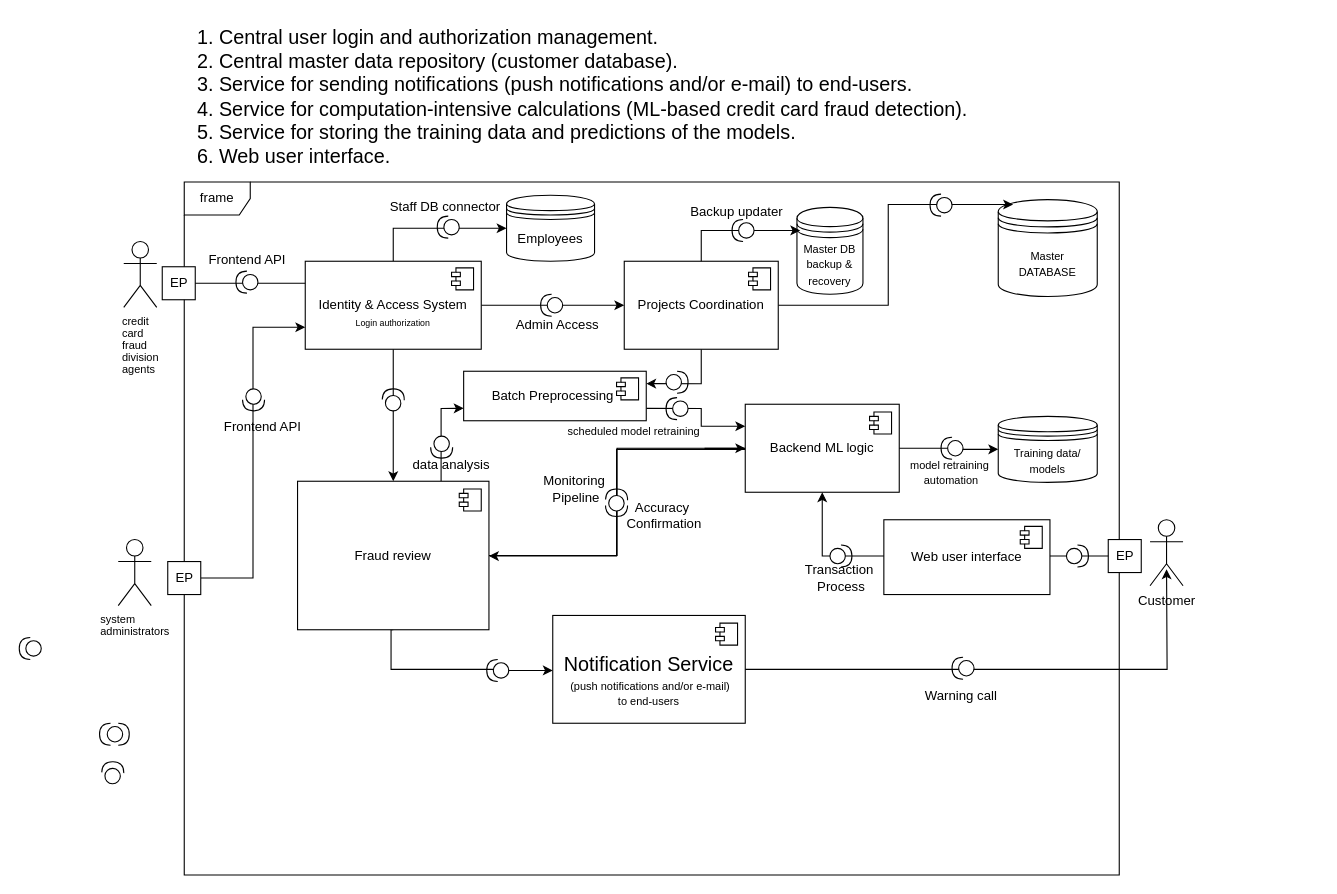
This is gifs/Untitled Diagram.drawio from midani-47/midani-47, a draw.io file, before an edit. Source tidied: cells renumbered, new cells numbered last; positions are measured from the earlier drawing's top-left corner, leaving out a move shared by most shapes. Both pictures are drawn from the tidied source at 110%, with x=0, y=0 at pixel (19, 19).
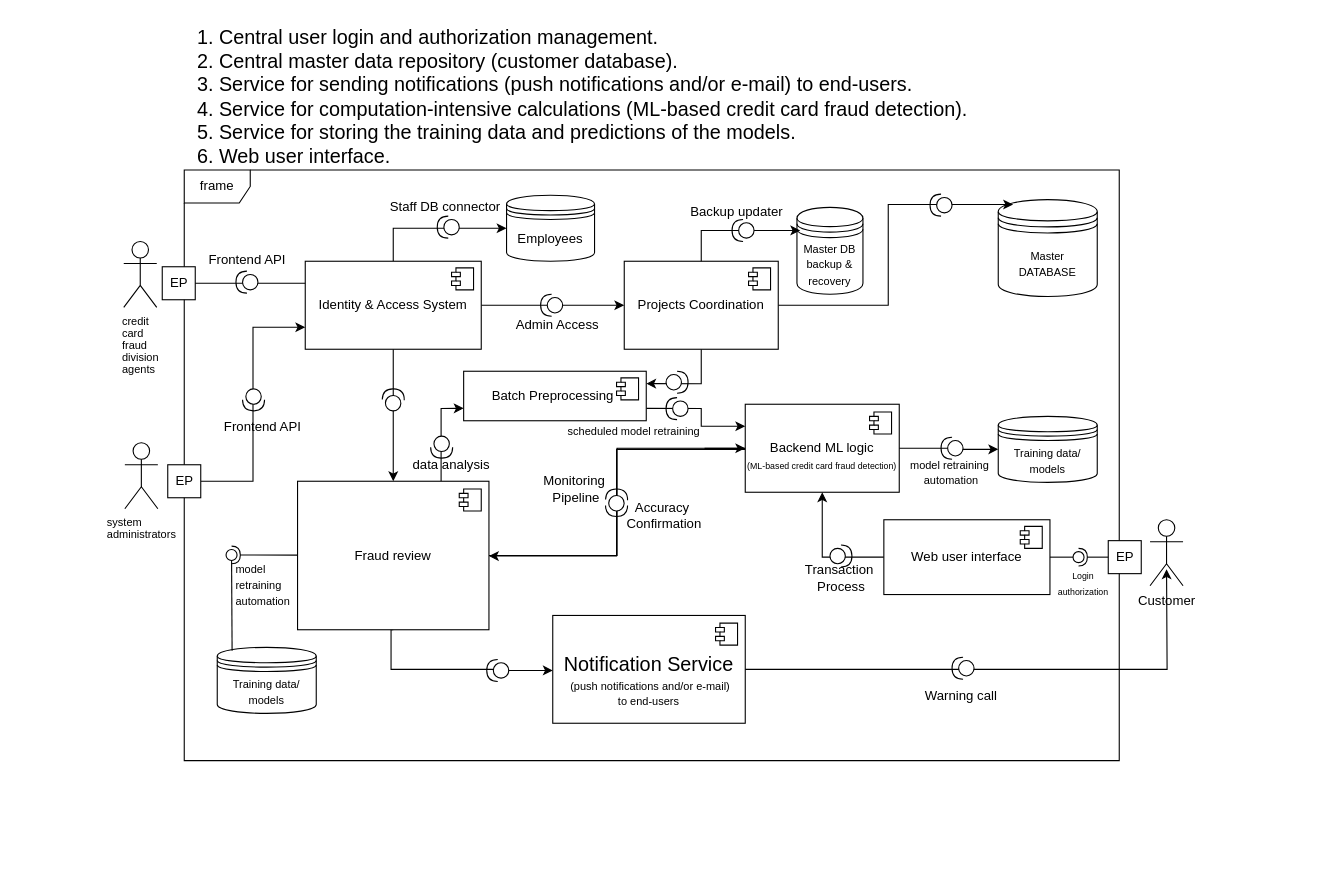
Above is the later version.

Unchanged cells that the change refers to:
```xml
<mxCell id="74" value="Web user interface" style="html=1;whiteSpace=wrap;" parent="1" vertex="1">
  <mxGeometry x="786" y="455" width="151" height="68" as="geometry" />
</mxCell>
```

What changed in the source:
```diff
@@
     <mxCell id="2" value="&lt;p style=&quot;margin: 0px; font-variant-numeric: normal; font-variant-east-asian: normal; font-variant-alternates: normal; font-size-adjust: none; font-kerning: auto; font-optical-sizing: auto; font-feature-settings: normal; font-variation-settings: normal; font-variant-position: normal; font-variant-emoji: normal; font-stretch: normal; font-size: 10px; line-height: normal; text-align: start; text-wrap-mode: wrap;&quot; class=&quot;p1&quot;&gt;&lt;font style=&quot;color: light-dark(rgb(0, 0, 0), rgb(255, 255, 255));&quot;&gt;system administrators&lt;/font&gt;&lt;/p&gt;" style="shape=umlActor;verticalLabelPosition=bottom;verticalAlign=top;html=1;" parent="1" vertex="1">
-      <mxGeometry x="90" y="473" width="30" height="60" as="geometry" />
+      <mxGeometry x="96" y="385" width="30" height="60" as="geometry" />
     </mxCell>
@@
     <mxCell id="4" value="frame" style="shape=umlFrame;whiteSpace=wrap;html=1;" parent="1" vertex="1">
-      <mxGeometry x="150" y="148" width="850" height="630" as="geometry" />
+      <mxGeometry x="150" y="137" width="850" height="537" as="geometry" />
     </mxCell>
@@
     <mxCell id="8" value="EP" style="html=1;rounded=0;" parent="1" vertex="1">
-      <mxGeometry x="135" y="493" width="30" height="30" as="geometry" />
+      <mxGeometry x="135" y="405" width="30" height="30" as="geometry" />
     </mxCell>
@@
-    <mxCell id="13" value="&lt;div&gt;&lt;font style=&quot;font-size: 12px;&quot;&gt;&lt;br&gt;&lt;/font&gt;&lt;/div&gt;&lt;font style=&quot;font-size: 12px;&quot;&gt;Identity &amp;amp; Access System&lt;/font&gt;&lt;div&gt;&lt;div&gt;&lt;font style=&quot;font-size: 8px;&quot;&gt;Login authorization&lt;/font&gt;&lt;/div&gt;&lt;/div&gt;" style="html=1;whiteSpace=wrap;" parent="1" vertex="1">
+    <mxCell id="13" value="&lt;div&gt;&lt;font style=&quot;font-size: 12px;&quot;&gt;&lt;br&gt;&lt;/font&gt;&lt;/div&gt;&lt;font style=&quot;font-size: 12px;&quot;&gt;Identity &amp;amp; Access System&lt;/font&gt;&lt;div&gt;&lt;br&gt;&lt;/div&gt;" style="html=1;whiteSpace=wrap;" parent="1" vertex="1">
       <mxGeometry x="260" y="220" width="160" height="80" as="geometry" />
     </mxCell>
@@
-    <mxCell id="25" value="Backend ML logic" style="html=1;whiteSpace=wrap;" parent="1" vertex="1">
+    <mxCell id="25" value="&lt;div&gt;&lt;br&gt;&lt;/div&gt;Backend ML logic&lt;div&gt;&lt;span style=&quot;text-align: left;&quot;&gt;&lt;font style=&quot;font-size: 8px;&quot;&gt;(ML-based credit card fraud detection)&lt;/font&gt;&lt;/span&gt;&lt;/div&gt;" style="html=1;whiteSpace=wrap;" parent="1" vertex="1">
       <mxGeometry x="660" y="350" width="140" height="80" as="geometry" />
     </mxCell>
@@
     <mxCell id="32" value="EP" style="html=1;rounded=0;" parent="1" vertex="1">
-      <mxGeometry x="990" y="473" width="30" height="30" as="geometry" />
+      <mxGeometry x="990" y="474" width="30" height="30" as="geometry" />
     </mxCell>
-    <mxCell id="33" style="shape=providedRequiredInterface;html=1;verticalLabelPosition=bottom;" parent="1" vertex="1">
-      <mxGeometry x="80" y="640" width="20" height="20" as="geometry" />
-    </mxCell>
-    <mxCell id="34" style="shape=requiredInterface;html=1;verticalLabelPosition=bottom;rotation=-180;" parent="1" vertex="1">
-      <mxGeometry x="73" y="640" width="10" height="20" as="geometry" />
-    </mxCell>
-    <mxCell id="35" style="edgeStyle=orthogonalEdgeStyle;rounded=0;jettySize=auto;html=1;entryX=0.5;entryY=1;entryDx=0;entryDy=0;" parent="1" edge="1" source="32" target="25">
-      <mxGeometry relative="1" as="geometry" />
-    </mxCell>
-    <mxCell id="36" value="Transaction&amp;nbsp;&lt;div&gt;Process&lt;/div&gt;" style="shape=providedRequiredInterface;html=1;verticalLabelPosition=bottom;" parent="1" vertex="1">
-      <mxGeometry x="737" y="478" width="20" height="20" as="geometry" />
-    </mxCell>
-    <mxCell id="37" style="shape=providedRequiredInterface;html=1;verticalLabelPosition=bottom;rotation=-180;" parent="1" vertex="1">
-      <mxGeometry y="562" width="20" height="20" as="geometry" />
-    </mxCell>
@@
-    <mxCell id="48" style="shape=providedRequiredInterface;html=1;verticalLabelPosition=bottom;rotation=-88;" parent="1" vertex="1">
-      <mxGeometry x="75" y="675" width="20" height="20" as="geometry" />
-    </mxCell>
@@
+    <mxCell id="77" style="edgeStyle=orthogonalEdgeStyle;rounded=0;jettySize=auto;html=1;" parent="1" edge="1" source="74" target="25">
+      <mxGeometry relative="1" as="geometry">
+        <Array as="points">
+          <mxPoint x="730" y="489" />
+        </Array>
+      </mxGeometry>
+    </mxCell>
@@
-    <mxCell id="76" style="shape=providedRequiredInterface;html=1;verticalLabelPosition=bottom;rotation=0;" parent="1" vertex="1">
-      <mxGeometry x="952" y="478" width="20" height="20" as="geometry" />
-    </mxCell>
+    <mxCell id="78" style="rounded=0;jettySize=auto;html=1;endArrow=halfCircle;endFill=0;endSize=6;strokeWidth=1;sketch=0;" parent="1" edge="1" source="32" target="80">
+      <mxGeometry relative="1" as="geometry" />
+    </mxCell>
+    <mxCell id="79" style="rounded=0;jettySize=auto;html=1;endArrow=oval;endFill=0;sketch=0;sourcePerimeterSpacing=0;targetPerimeterSpacing=0;endSize=10;exitX=1;exitY=0.5;exitDx=0;exitDy=0;" parent="1" edge="1" source="74" target="80">
+      <mxGeometry relative="1" as="geometry" />
+    </mxCell>
+    <mxCell id="80" style="ellipse;whiteSpace=wrap;html=1;align=center;fillColor=none;strokeColor=none;perimeter=centerPerimeter;points=[];outlineConnect=1;" parent="1" vertex="1">
+      <mxGeometry x="958" y="484" width="10" height="10" as="geometry" />
+    </mxCell>
+    <mxCell id="36" value="Transaction&amp;nbsp;&lt;div&gt;Process&lt;/div&gt;" style="shape=providedRequiredInterface;html=1;verticalLabelPosition=bottom;" parent="1" vertex="1">
+      <mxGeometry x="737" y="478" width="20" height="20" as="geometry" />
+    </mxCell>
+    <mxCell id="81" value="&lt;span style=&quot;font-size: 10px;&quot;&gt;Training data/ models&lt;/span&gt;" style="shape=datastore;whiteSpace=wrap;html=1;" parent="1" vertex="1">
+      <mxGeometry x="180" y="571" width="90" height="60" as="geometry" />
+    </mxCell>
+    <mxCell id="82" style="ellipse;whiteSpace=wrap;html=1;align=center;fillColor=none;strokeColor=none;perimeter=centerPerimeter;" parent="1" vertex="1">
+      <mxGeometry x="586" y="384" width="10" height="10" as="geometry" />
+    </mxCell>
+    <mxCell id="83" style="rounded=0;jettySize=auto;html=1;endArrow=halfCircle;endFill=0;endSize=6;strokeWidth=1;sketch=0;exitX=0;exitY=0.75;exitDx=0;exitDy=0;" parent="1" edge="1" target="85">
+      <mxGeometry relative="1" as="geometry">
+        <mxPoint x="253" y="487.2" as="sourcePoint" />
+      </mxGeometry>
+    </mxCell>
+    <mxCell id="84" style="rounded=0;jettySize=auto;html=1;endArrow=oval;endFill=0;sketch=0;sourcePerimeterSpacing=0;targetPerimeterSpacing=0;endSize=10;exitX=0.15;exitY=0.05;exitDx=0;exitDy=0;exitPerimeter=0;" parent="1" edge="1" source="81" target="85">
+      <mxGeometry relative="1" as="geometry" />
+    </mxCell>
+    <mxCell id="85" style="ellipse;whiteSpace=wrap;html=1;align=center;fillColor=none;strokeColor=none;perimeter=centerPerimeter;points=[];outlineConnect=1;" parent="1" vertex="1">
+      <mxGeometry x="188" y="482" width="10" height="10" as="geometry" />
+    </mxCell>
+    <mxCell id="86" value="&lt;font style=&quot;font-size: 10px;&quot;&gt;model &lt;br&gt;retraining&amp;nbsp;&lt;/font&gt;&lt;div&gt;&lt;font style=&quot;font-size: 10px;&quot;&gt;automation&lt;/font&gt;&lt;/div&gt;" style="text;whiteSpace=wrap;html=1;align=left;" parent="1" vertex="1">
+      <mxGeometry x="195" y="486.3" width="105.2" height="21.4" as="geometry" />
+    </mxCell>
+    <mxCell id="87" value="&lt;span style=&quot;font-size: 8px; text-wrap-mode: wrap;&quot;&gt;Login authorization&lt;/span&gt;" style="text;html=1;align=center;verticalAlign=middle;strokeColor=none;fillColor=none;" parent="1" vertex="1">
+      <mxGeometry x="924" y="499" width="86" height="26" as="geometry" />
+    </mxCell>
```
